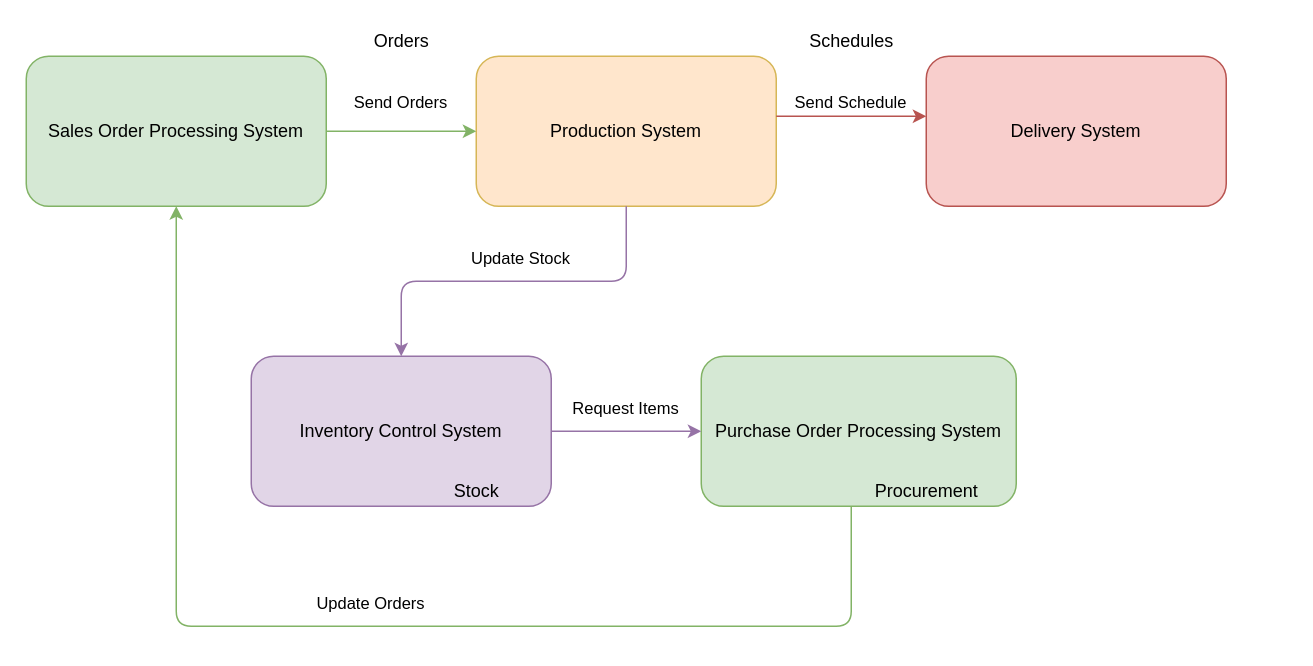
Earlier version of the draw.io diagram Relationship  between  different  sub-systems.drawio (zft666zft/ESA-Assignment). Source tidied: cells renumbered, new cells numbered last; positions are measured from the earlier drawing's top-left corner, leaving out a move shared by most shapes. Both pictures are drawn from the tidied source at 150%, with x=0, y=0 at pixel (26, 26).
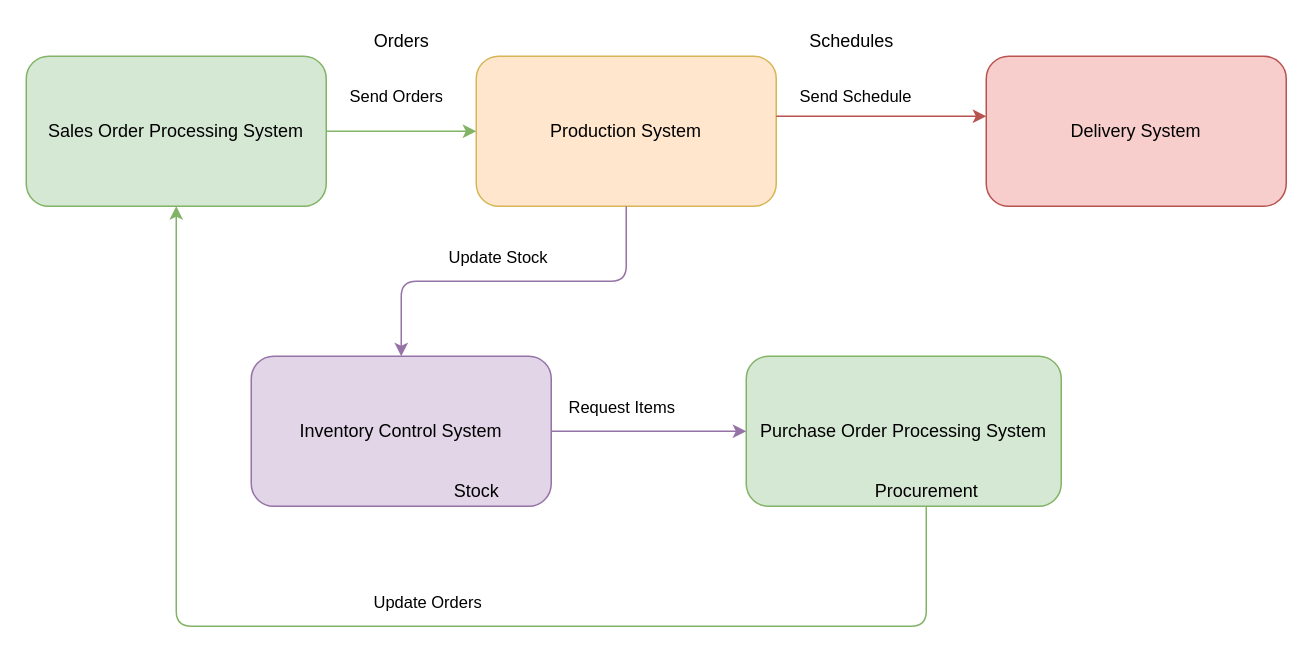
The same diagram, later.

The change refers to these unchanged cells:
```xml
<mxCell id="2" value="Sales Order Processing System" style="rounded=1;whiteSpace=wrap;html=1;fillColor=#d5e8d4;strokeColor=#82b366;" parent="1" vertex="1">
  <mxGeometry y="20" width="200" height="100" as="geometry" />
</mxCell>
<mxCell id="15" value="Procurement" style="text;html=1;align=center;verticalAlign=middle;strokeColor=none;fillColor=none;" parent="1" vertex="1">
  <mxGeometry x="550" y="300" width="100" height="20" as="geometry" />
</mxCell>
```

What changed in the source:
```diff
@@
     <mxCell id="4" value="Delivery System" style="rounded=1;whiteSpace=wrap;html=1;fillColor=#f8cecc;strokeColor=#b85450;" parent="1" vertex="1">
-      <mxGeometry x="600" y="20" width="200" height="100" as="geometry" />
+      <mxGeometry x="640" y="20" width="200" height="100" as="geometry" />
     </mxCell>
@@
     <mxCell id="6" value="Purchase Order Processing System" style="rounded=1;whiteSpace=wrap;html=1;fillColor=#d5e8d4;strokeColor=#82b366;" parent="1" vertex="1">
-      <mxGeometry x="450" y="220" width="210" height="100" as="geometry" />
+      <mxGeometry x="480" y="220" width="210" height="100" as="geometry" />
     </mxCell>
@@
-    <mxCell id="11" style="edgeStyle=orthogonalEdgeStyle;rounded=1;strokeColor=#82b366;" parent="1" edge="1" source="6" target="2">
+    <mxCell id="11" style="edgeStyle=orthogonalEdgeStyle;rounded=1;strokeColor=#82b366;exitX=0.5;exitY=1;exitDx=0;exitDy=0;" parent="1" edge="1" source="15" target="2">
       <mxGeometry x="-0.19" y="60" relative="1" as="geometry">
         <Array as="points">
-          <mxPoint x="550" y="400" />
+          <mxPoint x="600" y="400" />
           <mxPoint x="100" y="400" />
         </Array>
       </mxGeometry>
     </mxCell>
@@
-    <mxCell id="16" value="&lt;span style=&quot;font-size: 11px; text-wrap-mode: nowrap; background-color: rgb(255, 255, 255);&quot;&gt;Send Orders&lt;/span&gt;" style="text;html=1;align=center;verticalAlign=middle;whiteSpace=wrap;rounded=0;" parent="1" vertex="1">
-      <mxGeometry x="220" y="36" width="60" height="30" as="geometry" />
+    <mxCell id="16" value="&lt;span style=&quot;font-size: 11px; text-align: center; text-wrap-mode: nowrap; background-color: rgb(255, 255, 255);&quot;&gt;Send Orders&lt;/span&gt;" style="text;strokeColor=none;fillColor=none;align=left;verticalAlign=middle;spacingLeft=4;spacingRight=4;overflow=hidden;whiteSpace=wrap;html=1;" parent="1" vertex="1">
+      <mxGeometry x="210" y="32" width="80" height="30" as="geometry" />
     </mxCell>
-    <mxCell id="17" value="&lt;span style=&quot;font-size: 11px; text-wrap-mode: nowrap; background-color: rgb(255, 255, 255);&quot;&gt;Send Schedule&lt;/span&gt;" style="text;html=1;align=center;verticalAlign=middle;whiteSpace=wrap;rounded=0;" parent="1" vertex="1">
-      <mxGeometry x="520" y="36" width="60" height="30" as="geometry" />
+    <mxCell id="17" value="&lt;span style=&quot;font-size: 11px; text-align: center; text-wrap-mode: nowrap; background-color: rgb(255, 255, 255);&quot;&gt;Send Schedule&lt;/span&gt;" style="text;strokeColor=none;fillColor=none;align=left;verticalAlign=middle;spacingLeft=4;spacingRight=4;overflow=hidden;whiteSpace=wrap;html=1;" parent="1" vertex="1">
+      <mxGeometry x="510" y="32" width="100" height="30" as="geometry" />
     </mxCell>
-    <mxCell id="18" value="&lt;span style=&quot;font-size: 11px; text-wrap-mode: nowrap; background-color: rgb(255, 255, 255);&quot;&gt;Update Stock&lt;/span&gt;" style="text;html=1;align=center;verticalAlign=middle;whiteSpace=wrap;rounded=0;" parent="1" vertex="1">
-      <mxGeometry x="300" y="140" width="60" height="30" as="geometry" />
+    <mxCell id="18" value="&lt;span style=&quot;font-size: 11px; text-align: center; text-wrap-mode: nowrap; background-color: rgb(255, 255, 255);&quot;&gt;Update Stock&lt;/span&gt;" style="text;whiteSpace=wrap;html=1;" parent="1" vertex="1">
+      <mxGeometry x="280" y="140" width="110" height="40" as="geometry" />
     </mxCell>
+    <mxCell id="20" value="&lt;span style=&quot;font-size: 11px; text-align: center; text-wrap-mode: nowrap; background-color: rgb(255, 255, 255);&quot;&gt;Update Orders&lt;/span&gt;" style="text;whiteSpace=wrap;html=1;" parent="1" vertex="1">
+      <mxGeometry x="230" y="370" width="100" height="40" as="geometry" />
+    </mxCell>
-    <mxCell id="19" value="&lt;span style=&quot;font-size: 11px; text-wrap-mode: nowrap; background-color: rgb(255, 255, 255);&quot;&gt;Request Items&lt;/span&gt;" style="text;html=1;align=center;verticalAlign=middle;whiteSpace=wrap;rounded=0;" parent="1" vertex="1">
-      <mxGeometry x="370" y="240" width="60" height="30" as="geometry" />
+    <mxCell id="19" value="&lt;span style=&quot;font-size: 11px; text-align: center; text-wrap-mode: nowrap; background-color: rgb(255, 255, 255);&quot;&gt;Request Items&lt;/span&gt;" style="text;whiteSpace=wrap;html=1;" parent="1" vertex="1">
+      <mxGeometry x="360" y="240" width="100" height="40" as="geometry" />
     </mxCell>
-    <mxCell id="20" value="&lt;span style=&quot;font-size: 11px; text-wrap-mode: nowrap; background-color: rgb(255, 255, 255);&quot;&gt;Update Orders&lt;/span&gt;" style="text;html=1;align=center;verticalAlign=middle;whiteSpace=wrap;rounded=0;" parent="1" vertex="1">
-      <mxGeometry x="200" y="370" width="60" height="30" as="geometry" />
-    </mxCell>
```
